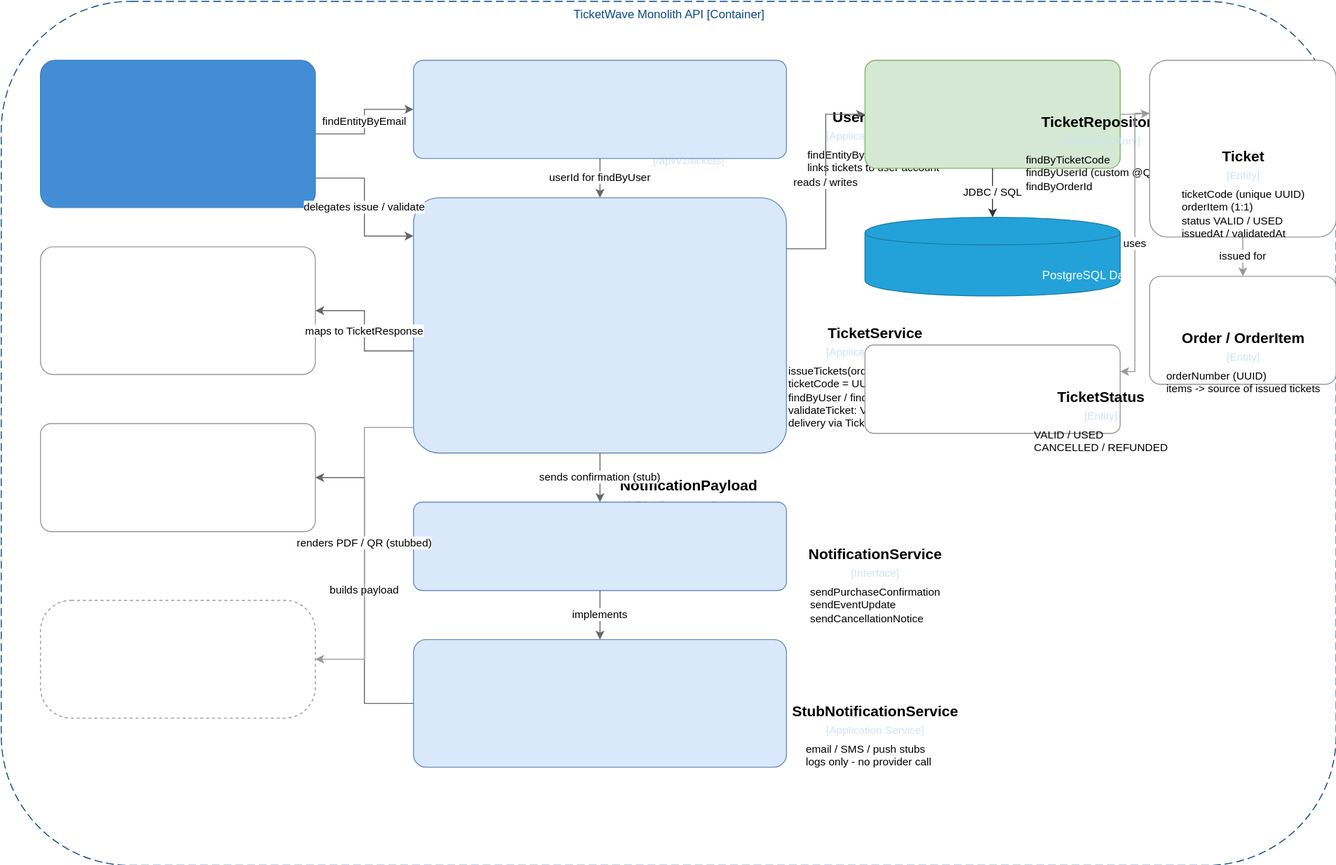
This is diagrams/c4model/ticketwave-c3-digital-ticket-service.drawio.svg from Juanchoque1206/soe-TicketWave, a draw.io export, as it was before one commit. Source tidied: cells renumbered, new cells last; positions are measured from the earlier drawing's top-left corner, leaving out a move shared by most shapes.
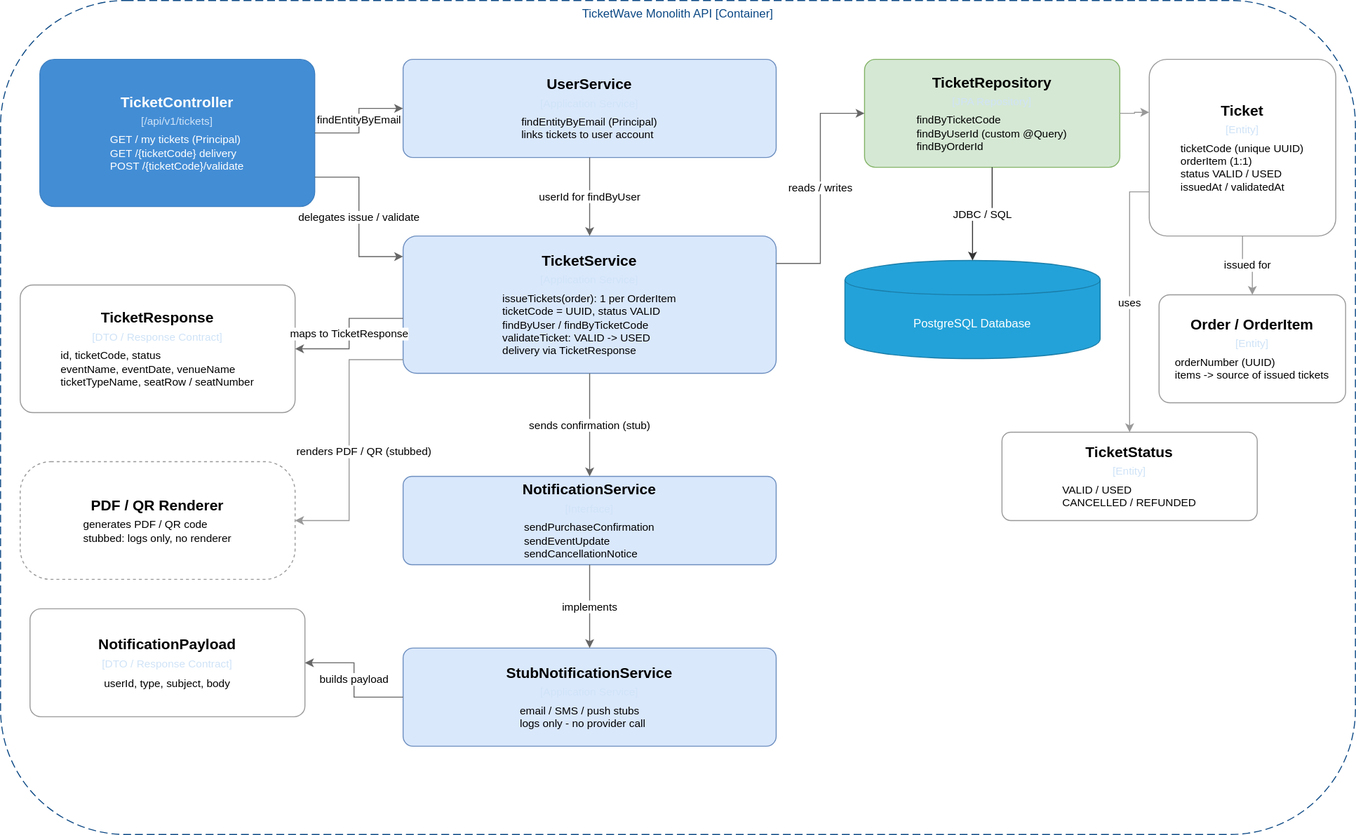
Above is the later version.

Diff of the diagram source:
```diff
@@ -3,46 +3,46 @@
     <mxCell id="0" />
     <mxCell id="1" parent="0" />
     <mxCell id="2" value="TicketWave Monolith API [Container]" style="group;rounded=1;whiteSpace=wrap;html=1;dashed=1;strokeColor=#0b4884;fillColor=none;fontColor=#0b4884;dashPattern=8 4;" parent="1" vertex="1">
-      <mxGeometry width="1360" height="880" as="geometry" />
+      <mxGeometry width="1380" height="850" as="geometry" />
     </mxCell>
     <mxCell id="3" value="&lt;div style=&quot;border-color: rgb(218, 220, 224); font-size: 15px; font-weight: bold; margin-bottom: 4px;&quot;&gt;TicketController&lt;/div&gt;&lt;div style=&quot;border-color: rgb(218, 220, 224); font-size: 11px; color: rgb(207, 227, 247); margin-bottom: 6px;&quot;&gt;[/api/v1/tickets]&lt;/div&gt;&lt;div style=&quot;border-color: rgb(218, 220, 224); font-size: 11px; text-align: left; padding: 0px 14px;&quot;&gt;GET /  my tickets (Principal)&lt;/div&gt;&lt;div style=&quot;border-color: rgb(218, 220, 224); font-size: 11px; text-align: left; padding: 0px 14px;&quot;&gt;GET /{ticketCode}  delivery&lt;/div&gt;&lt;div style=&quot;border-color: rgb(218, 220, 224); font-size: 11px; text-align: left; padding: 0px 14px;&quot;&gt;POST /{ticketCode}/validate&lt;/div&gt;" style="rounded=1;whiteSpace=wrap;html=1;fillColor=#438dd5;strokeColor=#3c7fc0;fontColor=#ffffff;arcSize=10;" parent="1" vertex="1">
       <mxGeometry x="40" y="60" width="280" height="150" as="geometry" />
     </mxCell>
     <mxCell id="4" value="&lt;div style=&quot;border-color: rgb(218, 220, 224); font-size: 15px; font-weight: bold; margin-bottom: 4px;&quot;&gt;TicketResponse&lt;/div&gt;&lt;div style=&quot;border-color: rgb(218, 220, 224); font-size: 11px; color: rgb(207, 227, 247); margin-bottom: 6px;&quot;&gt;[DTO / Response Contract]&lt;/div&gt;&lt;div style=&quot;border-color: rgb(218, 220, 224); font-size: 11px; text-align: left; padding: 0px 14px;&quot;&gt;id, ticketCode, status&lt;/div&gt;&lt;div style=&quot;border-color: rgb(218, 220, 224); font-size: 11px; text-align: left; padding: 0px 14px;&quot;&gt;eventName, eventDate, venueName&lt;/div&gt;&lt;div style=&quot;border-color: rgb(218, 220, 224); font-size: 11px; text-align: left; padding: 0px 14px;&quot;&gt;ticketTypeName, seatRow / seatNumber&lt;/div&gt;" style="rounded=1;whiteSpace=wrap;html=1;fillColor=#ffffff;strokeColor=#999999;arcSize=10;" parent="1" vertex="1">
-      <mxGeometry x="40" y="250" width="280" height="130" as="geometry" />
+      <mxGeometry x="20" y="290" width="280" height="130" as="geometry" />
     </mxCell>
     <mxCell id="5" value="&lt;div style=&quot;border-color: rgb(218, 220, 224); font-size: 15px; font-weight: bold; margin-bottom: 4px;&quot;&gt;NotificationPayload&lt;/div&gt;&lt;div style=&quot;border-color: rgb(218, 220, 224); font-size: 11px; color: rgb(207, 227, 247); margin-bottom: 6px;&quot;&gt;[DTO / Response Contract]&lt;/div&gt;&lt;div style=&quot;border-color: rgb(218, 220, 224); font-size: 11px; text-align: left; padding: 0px 14px;&quot;&gt;userId, type, subject, body&lt;/div&gt;" style="rounded=1;whiteSpace=wrap;html=1;fillColor=#ffffff;strokeColor=#999999;arcSize=10;" parent="1" vertex="1">
-      <mxGeometry x="40" y="430" width="280" height="110" as="geometry" />
+      <mxGeometry x="30" y="620" width="280" height="110" as="geometry" />
     </mxCell>
     <mxCell id="6" value="&lt;div style=&quot;border-color: rgb(218, 220, 224); font-size: 15px; font-weight: bold; margin-bottom: 4px;&quot;&gt;PDF / QR Renderer&lt;/div&gt;&lt;div style=&quot;border-color: rgb(218, 220, 224); font-size: 11px; text-align: left; padding: 0px 14px;&quot;&gt;generates PDF / QR code&lt;/div&gt;&lt;div style=&quot;border-color: rgb(218, 220, 224); font-size: 11px; text-align: left; padding: 0px 14px;&quot;&gt;stubbed: logs only, no renderer&lt;/div&gt;" style="rounded=1;whiteSpace=wrap;html=1;fillColor=#ffffff;strokeColor=#999999;dashed=1;arcSize=26;" parent="1" vertex="1">
-      <mxGeometry x="40" y="610" width="280" height="120" as="geometry" />
+      <mxGeometry x="20" y="470" width="280" height="120" as="geometry" />
     </mxCell>
     <mxCell id="7" value="&lt;div style=&quot;border-color: rgb(218, 220, 224); font-size: 15px; font-weight: bold; margin-bottom: 4px;&quot;&gt;UserService&lt;/div&gt;&lt;div style=&quot;border-color: rgb(218, 220, 224); font-size: 11px; color: rgb(207, 227, 247); margin-bottom: 6px;&quot;&gt;[Application Service]&lt;/div&gt;&lt;div style=&quot;border-color: rgb(218, 220, 224); font-size: 11px; text-align: left; padding: 0px 14px;&quot;&gt;findEntityByEmail (Principal)&lt;/div&gt;&lt;div style=&quot;border-color: rgb(218, 220, 224); font-size: 11px; text-align: left; padding: 0px 14px;&quot;&gt;links tickets to user account&lt;/div&gt;" style="rounded=1;whiteSpace=wrap;html=1;fillColor=#dae8fc;strokeColor=#6c8ebf;arcSize=10;" parent="1" vertex="1">
-      <mxGeometry x="420" y="60" width="380" height="100" as="geometry" />
+      <mxGeometry x="410" y="60" width="380" height="100" as="geometry" />
     </mxCell>
     <mxCell id="8" value="&lt;div style=&quot;border-color: rgb(218, 220, 224); font-size: 15px; font-weight: bold; margin-bottom: 4px;&quot;&gt;TicketService&lt;/div&gt;&lt;div style=&quot;border-color: rgb(218, 220, 224); font-size: 11px; color: rgb(207, 227, 247); margin-bottom: 6px;&quot;&gt;[Application Service]&lt;/div&gt;&lt;div style=&quot;border-color: rgb(218, 220, 224); font-size: 11px; text-align: left; padding: 0px 14px;&quot;&gt;issueTickets(order): 1 per OrderItem&lt;/div&gt;&lt;div style=&quot;border-color: rgb(218, 220, 224); font-size: 11px; text-align: left; padding: 0px 14px;&quot;&gt;ticketCode = UUID, status VALID&lt;/div&gt;&lt;div style=&quot;border-color: rgb(218, 220, 224); font-size: 11px; text-align: left; padding: 0px 14px;&quot;&gt;findByUser / findByTicketCode&lt;/div&gt;&lt;div style=&quot;border-color: rgb(218, 220, 224); font-size: 11px; text-align: left; padding: 0px 14px;&quot;&gt;validateTicket: VALID -&gt; USED&lt;/div&gt;&lt;div style=&quot;border-color: rgb(218, 220, 224); font-size: 11px; text-align: left; padding: 0px 14px;&quot;&gt;delivery via TicketResponse&lt;/div&gt;" style="rounded=1;whiteSpace=wrap;html=1;fillColor=#dae8fc;strokeColor=#6c8ebf;arcSize=10;" parent="1" vertex="1">
-      <mxGeometry x="420" y="200" width="380" height="260" as="geometry" />
+      <mxGeometry x="410" y="240" width="380" height="140" as="geometry" />
     </mxCell>
     <mxCell id="9" value="&lt;div style=&quot;border-color: rgb(218, 220, 224); font-size: 15px; font-weight: bold; margin-bottom: 4px;&quot;&gt;NotificationService&lt;/div&gt;&lt;div style=&quot;border-color: rgb(218, 220, 224); font-size: 11px; color: rgb(207, 227, 247); margin-bottom: 6px;&quot;&gt;[Interface]&lt;/div&gt;&lt;div style=&quot;border-color: rgb(218, 220, 224); font-size: 11px; text-align: left; padding: 0px 14px;&quot;&gt;sendPurchaseConfirmation&lt;/div&gt;&lt;div style=&quot;border-color: rgb(218, 220, 224); font-size: 11px; text-align: left; padding: 0px 14px;&quot;&gt;sendEventUpdate&lt;/div&gt;&lt;div style=&quot;border-color: rgb(218, 220, 224); font-size: 11px; text-align: left; padding: 0px 14px;&quot;&gt;sendCancellationNotice&lt;/div&gt;" style="rounded=1;whiteSpace=wrap;html=1;fillColor=#dae8fc;strokeColor=#6c8ebf;arcSize=10;" parent="1" vertex="1">
-      <mxGeometry x="420" y="510" width="380" height="90" as="geometry" />
+      <mxGeometry x="410" y="485" width="380" height="90" as="geometry" />
     </mxCell>
     <mxCell id="10" value="&lt;div style=&quot;border-color: rgb(218, 220, 224); font-size: 15px; font-weight: bold; margin-bottom: 4px;&quot;&gt;StubNotificationService&lt;/div&gt;&lt;div style=&quot;border-color: rgb(218, 220, 224); font-size: 11px; color: rgb(207, 227, 247); margin-bottom: 6px;&quot;&gt;[Application Service]&lt;/div&gt;&lt;div style=&quot;border-color: rgb(218, 220, 224); font-size: 11px; text-align: left; padding: 0px 14px;&quot;&gt;email / SMS / push stubs&lt;/div&gt;&lt;div style=&quot;border-color: rgb(218, 220, 224); font-size: 11px; text-align: left; padding: 0px 14px;&quot;&gt;logs only - no provider call&lt;/div&gt;" style="rounded=1;whiteSpace=wrap;html=1;fillColor=#dae8fc;strokeColor=#6c8ebf;arcSize=10;" parent="1" vertex="1">
-      <mxGeometry x="420" y="650" width="380" height="130" as="geometry" />
+      <mxGeometry x="410" y="660" width="380" height="100" as="geometry" />
     </mxCell>
     <mxCell id="11" value="&lt;div style=&quot;border-color: rgb(218, 220, 224); font-size: 15px; font-weight: bold; margin-bottom: 4px;&quot;&gt;TicketRepository&lt;/div&gt;&lt;div style=&quot;border-color: rgb(218, 220, 224); font-size: 11px; color: rgb(207, 227, 247); margin-bottom: 6px;&quot;&gt;[JPA Repository]&lt;/div&gt;&lt;div style=&quot;border-color: rgb(218, 220, 224); font-size: 11px; text-align: left; padding: 0px 14px;&quot;&gt;findByTicketCode&lt;/div&gt;&lt;div style=&quot;border-color: rgb(218, 220, 224); font-size: 11px; text-align: left; padding: 0px 14px;&quot;&gt;findByUserId (custom @Query)&lt;/div&gt;&lt;div style=&quot;border-color: rgb(218, 220, 224); font-size: 11px; text-align: left; padding: 0px 14px;&quot;&gt;findByOrderId&lt;/div&gt;" style="rounded=1;whiteSpace=wrap;html=1;fillColor=#d5e8d4;strokeColor=#82b366;arcSize=10;" parent="1" vertex="1">
       <mxGeometry x="880" y="60" width="260" height="110" as="geometry" />
     </mxCell>
     <mxCell id="12" value="PostgreSQL Database" style="shape=cylinder;whiteSpace=wrap;html=1;boundedLbl=1;backgroundOutline=1;fillColor=#23a2d9;strokeColor=#1a7da8;fontColor=#ffffff;" parent="1" vertex="1">
-      <mxGeometry x="880" y="220" width="260" height="80" as="geometry" />
+      <mxGeometry x="860" y="265" width="260" height="100" as="geometry" />
     </mxCell>
     <mxCell id="13" value="&lt;div style=&quot;border-color: rgb(218, 220, 224); font-size: 15px; font-weight: bold; margin-bottom: 4px;&quot;&gt;TicketStatus&lt;/div&gt;&lt;div style=&quot;border-color: rgb(218, 220, 224); font-size: 11px; color: rgb(207, 227, 247); margin-bottom: 6px;&quot;&gt;[Entity]&lt;/div&gt;&lt;div style=&quot;border-color: rgb(218, 220, 224); font-size: 11px; text-align: left; padding: 0px 14px;&quot;&gt;VALID / USED&lt;/div&gt;&lt;div style=&quot;border-color: rgb(218, 220, 224); font-size: 11px; text-align: left; padding: 0px 14px;&quot;&gt;CANCELLED / REFUNDED&lt;/div&gt;" style="rounded=1;whiteSpace=wrap;html=1;fillColor=#ffffff;strokeColor=#999999;arcSize=10;" parent="1" vertex="1">
-      <mxGeometry x="880" y="350" width="260" height="90" as="geometry" />
+      <mxGeometry x="1020" y="440" width="260" height="90" as="geometry" />
     </mxCell>
     <mxCell id="14" value="&lt;div style=&quot;border-color: rgb(218, 220, 224); font-size: 15px; font-weight: bold; margin-bottom: 4px;&quot;&gt;Ticket&lt;/div&gt;&lt;div style=&quot;border-color: rgb(218, 220, 224); font-size: 11px; color: rgb(207, 227, 247); margin-bottom: 6px;&quot;&gt;[Entity]&lt;/div&gt;&lt;div style=&quot;border-color: rgb(218, 220, 224); font-size: 11px; text-align: left; padding: 0px 14px;&quot;&gt;ticketCode (unique UUID)&lt;/div&gt;&lt;div style=&quot;border-color: rgb(218, 220, 224); font-size: 11px; text-align: left; padding: 0px 14px;&quot;&gt;orderItem (1:1)&lt;/div&gt;&lt;div style=&quot;border-color: rgb(218, 220, 224); font-size: 11px; text-align: left; padding: 0px 14px;&quot;&gt;status VALID / USED&lt;/div&gt;&lt;div style=&quot;border-color: rgb(218, 220, 224); font-size: 11px; text-align: left; padding: 0px 14px;&quot;&gt;issuedAt / validatedAt&lt;/div&gt;" style="rounded=1;whiteSpace=wrap;html=1;fillColor=#ffffff;strokeColor=#999999;arcSize=10;" parent="1" vertex="1">
       <mxGeometry x="1170" y="60" width="190" height="180" as="geometry" />
     </mxCell>
     <mxCell id="15" value="&lt;div style=&quot;border-color: rgb(218, 220, 224); font-size: 15px; font-weight: bold; margin-bottom: 4px;&quot;&gt;Order / OrderItem&lt;/div&gt;&lt;div style=&quot;border-color: rgb(218, 220, 224); font-size: 11px; color: rgb(207, 227, 247); margin-bottom: 6px;&quot;&gt;[Entity]&lt;/div&gt;&lt;div style=&quot;border-color: rgb(218, 220, 224); font-size: 11px; text-align: left; padding: 0px 14px;&quot;&gt;orderNumber (UUID)&lt;/div&gt;&lt;div style=&quot;border-color: rgb(218, 220, 224); font-size: 11px; text-align: left; padding: 0px 14px;&quot;&gt;items -&gt; source of issued tickets&lt;/div&gt;" style="rounded=1;whiteSpace=wrap;html=1;fillColor=#ffffff;strokeColor=#999999;arcSize=10;" parent="1" vertex="1">
-      <mxGeometry x="1170" y="280" width="190" height="110" as="geometry" />
+      <mxGeometry x="1180" y="300" width="190" height="110" as="geometry" />
     </mxCell>
     <mxCell id="16" value="findEntityByEmail" style="edgeStyle=orthogonalEdgeStyle;rounded=0;html=1;strokeColor=#666666;exitX=1;exitY=0.5;entryX=0;entryY=0.5;" parent="1" edge="1" source="3" target="7">
       <mxGeometry relative="1" as="geometry" />
@@ -69,7 +69,7 @@
       <mxGeometry relative="1" as="geometry" />
     </mxCell>
     <mxCell id="24" value="renders PDF / QR (stubbed)" style="edgeStyle=orthogonalEdgeStyle;rounded=0;html=1;strokeColor=#666666;strokeColor=#999999;exitX=0;exitY=0.9;entryX=1;entryY=0.5;" parent="1" edge="1" source="8" target="6">
-      <mxGeometry relative="1" as="geometry" />
+      <mxGeometry x="0.09" y="15" relative="1" as="geometry" />
     </mxCell>
     <mxCell id="25" style="edgeStyle=orthogonalEdgeStyle;rounded=0;html=1;strokeColor=#666666;strokeColor=#999999;exitX=1;exitY=0.5;entryX=0;entryY=0.3;" parent="1" edge="1" source="11" target="14">
       <mxGeometry relative="1" as="geometry" />
@@ -77,7 +77,7 @@
     <mxCell id="26" value="issued for" style="edgeStyle=orthogonalEdgeStyle;rounded=0;html=1;strokeColor=#666666;strokeColor=#999999;exitX=0.5;exitY=1;entryX=0.5;entryY=0;" parent="1" edge="1" source="14" target="15">
       <mxGeometry relative="1" as="geometry" />
     </mxCell>
-    <mxCell id="27" value="uses" style="edgeStyle=orthogonalEdgeStyle;rounded=0;html=1;strokeColor=#666666;strokeColor=#999999;exitX=0;exitY=0.3;entryX=1;entryY=0.3;" parent="1" edge="1" source="14" target="13">
+    <mxCell id="27" value="uses" style="edgeStyle=orthogonalEdgeStyle;rounded=0;html=1;strokeColor=#666666;strokeColor=#999999;exitX=0;exitY=0.75;entryX=0.5;entryY=0;entryDx=0;entryDy=0;exitDx=0;exitDy=0;" parent="1" edge="1" source="14" target="13">
       <mxGeometry relative="1" as="geometry" />
     </mxCell>
     <mxCell id="28" value="JDBC / SQL" style="edgeStyle=orthogonalEdgeStyle;rounded=0;html=1;strokeColor=#666666;strokeColor=#333333;exitX=0.5;exitY=1;entryX=0.5;entryY=0;" parent="1" edge="1" source="11" target="12">
```
